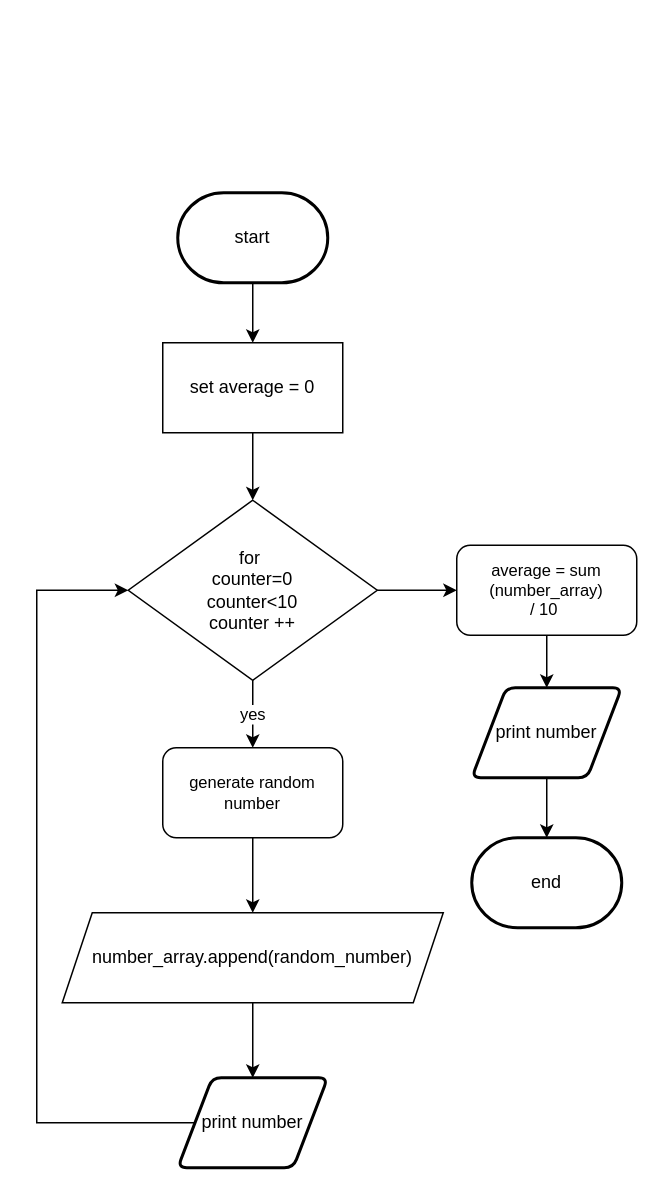
The draw.io diagram flow.drawio in devin-jhu/ICS3U-Unit6-04-Python, before the edit. Source tidied: cells renumbered, new cells numbered last; positions are measured from the earlier drawing's top-left corner, leaving out a move shared by most shapes. Both pictures are drawn from the tidied source at 150%, with x=0, y=0 at pixel (36, 192).
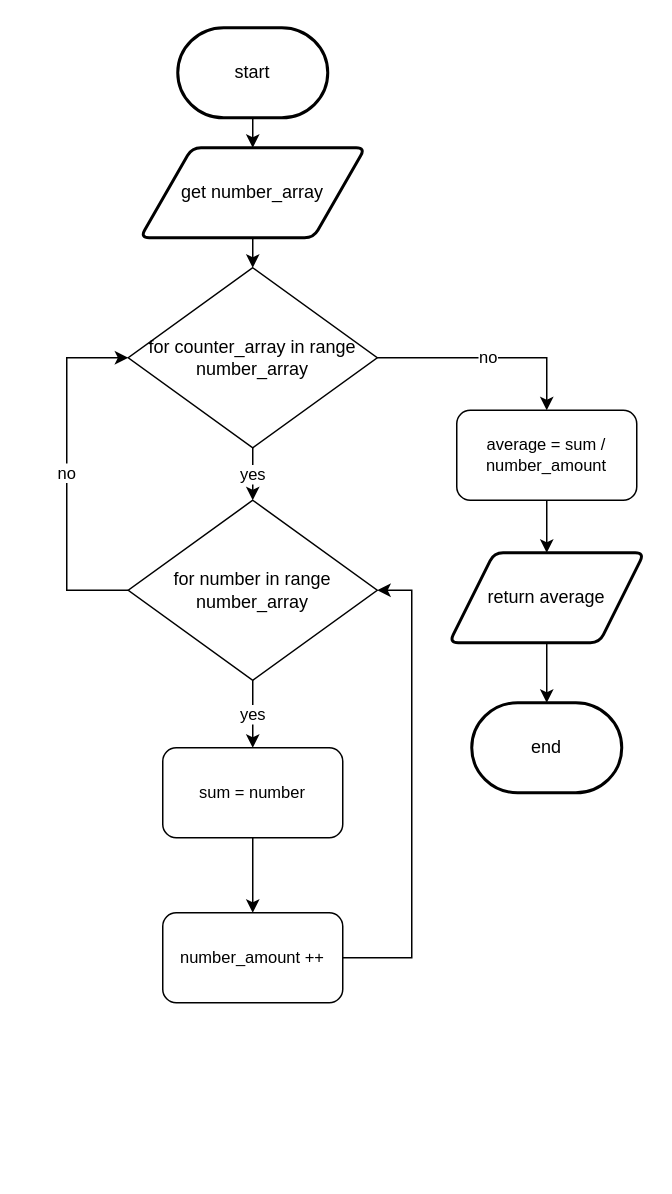
After the change.

Diff of the diagram source:
```diff
@@
-    <mxCell id="2" style="edgeStyle=orthogonalEdgeStyle;shape=connector;rounded=0;html=1;exitX=0;exitY=0.5;exitDx=0;exitDy=0;entryX=0;entryY=0.5;entryDx=0;entryDy=0;labelBackgroundColor=default;fontFamily=Helvetica;fontSize=11;fontColor=default;endArrow=classic;strokeColor=default;" parent="1" edge="1" source="3" target="7">
-      <mxGeometry relative="1" as="geometry">
-        <Array as="points">
-          <mxPoint y="620" />
-          <mxPoint y="265" />
-        </Array>
-      </mxGeometry>
-    </mxCell>
-    <mxCell id="3" value="print number" style="shape=parallelogram;html=1;strokeWidth=2;perimeter=parallelogramPerimeter;whiteSpace=wrap;rounded=1;arcSize=12;size=0.23;" parent="1" vertex="1">
-      <mxGeometry x="94" y="590" width="100" height="60" as="geometry" />
-    </mxCell>
     <mxCell id="4" value="end" style="strokeWidth=2;html=1;shape=mxgraph.flowchart.terminator;whiteSpace=wrap;" parent="1" vertex="1">
-      <mxGeometry x="290" y="430" width="100" height="60" as="geometry" />
+      <mxGeometry x="290" y="340" width="100" height="60" as="geometry" />
     </mxCell>
@@
-    <mxCell id="6" style="edgeStyle=orthogonalEdgeStyle;shape=connector;rounded=0;html=1;exitX=1;exitY=0.5;exitDx=0;exitDy=0;entryX=0;entryY=0.5;entryDx=0;entryDy=0;labelBackgroundColor=default;fontFamily=Helvetica;fontSize=11;fontColor=default;endArrow=classic;strokeColor=default;" parent="1" edge="1" source="7" target="17">
-      <mxGeometry relative="1" as="geometry" />
-    </mxCell>
+    <mxCell id="20" value="no" style="edgeStyle=orthogonalEdgeStyle;shape=connector;rounded=0;html=1;exitX=0;exitY=0.5;exitDx=0;exitDy=0;entryX=0;entryY=0.5;entryDx=0;entryDy=0;labelBackgroundColor=default;fontFamily=Helvetica;fontSize=11;fontColor=default;endArrow=classic;strokeColor=default;" parent="1" edge="1" source="7" target="26">
+      <mxGeometry relative="1" as="geometry">
+        <Array as="points">
+          <mxPoint x="20" y="265" />
+          <mxPoint x="20" y="110" />
+        </Array>
+      </mxGeometry>
+    </mxCell>
-    <mxCell id="7" value="for&amp;nbsp;&lt;br&gt;counter=0&lt;br&gt;counter&amp;lt;10&lt;br&gt;counter ++" style="rhombus;whiteSpace=wrap;html=1;" parent="1" vertex="1">
+    <mxCell id="7" value="for number in range number_array" style="rhombus;whiteSpace=wrap;html=1;" parent="1" vertex="1">
       <mxGeometry x="61" y="205" width="166" height="120" as="geometry" />
     </mxCell>
-    <mxCell id="8" style="edgeStyle=orthogonalEdgeStyle;shape=connector;rounded=0;html=1;exitX=0.5;exitY=1;exitDx=0;exitDy=0;entryX=0.5;entryY=0;entryDx=0;entryDy=0;labelBackgroundColor=default;fontFamily=Helvetica;fontSize=11;fontColor=default;endArrow=classic;strokeColor=default;" parent="1" edge="1" source="9" target="3">
-      <mxGeometry relative="1" as="geometry" />
-    </mxCell>
-    <mxCell id="9" value="number_array.append(random_number)" style="shape=parallelogram;perimeter=parallelogramPerimeter;whiteSpace=wrap;html=1;fixedSize=1;" parent="1" vertex="1">
-      <mxGeometry x="17" y="480" width="254" height="60" as="geometry" />
-    </mxCell>
-    <mxCell id="10" style="edgeStyle=orthogonalEdgeStyle;shape=connector;rounded=0;html=1;exitX=0.5;exitY=1;exitDx=0;exitDy=0;labelBackgroundColor=default;fontFamily=Helvetica;fontSize=11;fontColor=default;endArrow=classic;strokeColor=default;" parent="1" edge="1" source="11" target="9">
-      <mxGeometry relative="1" as="geometry" />
+    <mxCell id="10" style="edgeStyle=orthogonalEdgeStyle;shape=connector;rounded=0;html=1;exitX=0.5;exitY=1;exitDx=0;exitDy=0;labelBackgroundColor=default;fontFamily=Helvetica;fontSize=11;fontColor=default;endArrow=classic;strokeColor=default;" parent="1" edge="1" source="11">
+      <mxGeometry relative="1" as="geometry">
+        <mxPoint x="144" y="480" as="targetPoint" />
+      </mxGeometry>
     </mxCell>
-    <mxCell id="11" value="generate random number" style="rounded=1;whiteSpace=wrap;html=1;fontFamily=Helvetica;fontSize=11;fontColor=default;" parent="1" vertex="1">
+    <mxCell id="11" value="sum = number" style="rounded=1;whiteSpace=wrap;html=1;fontFamily=Helvetica;fontSize=11;fontColor=default;" parent="1" vertex="1">
       <mxGeometry x="84" y="370" width="120" height="60" as="geometry" />
     </mxCell>
-    <mxCell id="12" style="edgeStyle=orthogonalEdgeStyle;shape=connector;rounded=0;html=1;exitX=0.5;exitY=1;exitDx=0;exitDy=0;exitPerimeter=0;entryX=0.5;entryY=0;entryDx=0;entryDy=0;labelBackgroundColor=default;fontFamily=Helvetica;fontSize=11;fontColor=default;endArrow=classic;strokeColor=default;" parent="1" edge="1" source="13" target="15">
-      <mxGeometry relative="1" as="geometry" />
-    </mxCell>
+    <mxCell id="21" style="edgeStyle=none;html=1;exitX=0.5;exitY=1;exitDx=0;exitDy=0;exitPerimeter=0;" parent="1" edge="1" source="13" target="23">
+      <mxGeometry relative="1" as="geometry" />
+    </mxCell>
     <mxCell id="13" value="start" style="strokeWidth=2;html=1;shape=mxgraph.flowchart.terminator;whiteSpace=wrap;" parent="1" vertex="1">
-      <mxGeometry x="94" width="100" height="60" as="geometry" />
+      <mxGeometry x="94" y="-110" width="100" height="60" as="geometry" />
     </mxCell>
-    <mxCell id="14" style="edgeStyle=orthogonalEdgeStyle;shape=connector;rounded=0;html=1;exitX=0.5;exitY=1;exitDx=0;exitDy=0;entryX=0.5;entryY=0;entryDx=0;entryDy=0;labelBackgroundColor=default;fontFamily=Helvetica;fontSize=11;fontColor=default;endArrow=classic;strokeColor=default;" parent="1" edge="1" source="15" target="7">
-      <mxGeometry relative="1" as="geometry" />
-    </mxCell>
-    <mxCell id="15" value="set average = 0" style="rounded=0;whiteSpace=wrap;html=1;" parent="1" vertex="1">
-      <mxGeometry x="84" y="100" width="120" height="60" as="geometry" />
-    </mxCell>
@@
-    <mxCell id="17" value="average = sum (number_array)&lt;br&gt;/ 10&amp;nbsp;" style="rounded=1;whiteSpace=wrap;html=1;fontFamily=Helvetica;fontSize=11;fontColor=default;" parent="1" vertex="1">
-      <mxGeometry x="280" y="235" width="120" height="60" as="geometry" />
+    <mxCell id="17" value="average = sum / number_amount&lt;br&gt;" style="rounded=1;whiteSpace=wrap;html=1;fontFamily=Helvetica;fontSize=11;fontColor=default;" parent="1" vertex="1">
+      <mxGeometry x="280" y="145" width="120" height="60" as="geometry" />
     </mxCell>
@@
-    <mxCell id="19" value="print number" style="shape=parallelogram;html=1;strokeWidth=2;perimeter=parallelogramPerimeter;whiteSpace=wrap;rounded=1;arcSize=12;size=0.23;" parent="1" vertex="1">
-      <mxGeometry x="290" y="330" width="100" height="60" as="geometry" />
+    <mxCell id="19" value="return average" style="shape=parallelogram;html=1;strokeWidth=2;perimeter=parallelogramPerimeter;whiteSpace=wrap;rounded=1;arcSize=12;size=0.23;" parent="1" vertex="1">
+      <mxGeometry x="275" y="240" width="130" height="60" as="geometry" />
     </mxCell>
+    <mxCell id="22" style="edgeStyle=none;html=1;exitX=0.5;exitY=1;exitDx=0;exitDy=0;" parent="1" edge="1" source="23" target="26">
+      <mxGeometry relative="1" as="geometry" />
+    </mxCell>
+    <mxCell id="23" value="get number_array" style="shape=parallelogram;html=1;strokeWidth=2;perimeter=parallelogramPerimeter;whiteSpace=wrap;rounded=1;arcSize=12;size=0.23;" parent="1" vertex="1">
+      <mxGeometry x="69" y="-30" width="150" height="60" as="geometry" />
+    </mxCell>
+    <mxCell id="24" value="yes" style="edgeStyle=none;html=1;exitX=0.5;exitY=1;exitDx=0;exitDy=0;entryX=0.5;entryY=0;entryDx=0;entryDy=0;" parent="1" edge="1" source="26" target="7">
+      <mxGeometry relative="1" as="geometry" />
+    </mxCell>
+    <mxCell id="25" value="no" style="edgeStyle=orthogonalEdgeStyle;shape=connector;rounded=0;html=1;exitX=1;exitY=0.5;exitDx=0;exitDy=0;entryX=0.5;entryY=0;entryDx=0;entryDy=0;labelBackgroundColor=default;fontFamily=Helvetica;fontSize=11;fontColor=default;endArrow=classic;strokeColor=default;" parent="1" edge="1" source="26" target="17">
+      <mxGeometry relative="1" as="geometry" />
+    </mxCell>
+    <mxCell id="26" value="for counter_array in range number_array" style="rhombus;whiteSpace=wrap;html=1;" parent="1" vertex="1">
+      <mxGeometry x="61" y="50" width="166" height="120" as="geometry" />
+    </mxCell>
+    <mxCell id="27" style="edgeStyle=orthogonalEdgeStyle;shape=connector;rounded=0;html=1;exitX=1;exitY=0.5;exitDx=0;exitDy=0;entryX=1;entryY=0.5;entryDx=0;entryDy=0;labelBackgroundColor=default;fontFamily=Helvetica;fontSize=11;fontColor=default;endArrow=classic;strokeColor=default;" parent="1" edge="1" source="28" target="7">
+      <mxGeometry relative="1" as="geometry">
+        <Array as="points">
+          <mxPoint x="250" y="510" />
+          <mxPoint x="250" y="265" />
+        </Array>
+      </mxGeometry>
+    </mxCell>
+    <mxCell id="28" value="number_amount ++" style="rounded=1;whiteSpace=wrap;html=1;fontFamily=Helvetica;fontSize=11;fontColor=default;" parent="1" vertex="1">
+      <mxGeometry x="84" y="480" width="120" height="60" as="geometry" />
+    </mxCell>
```
